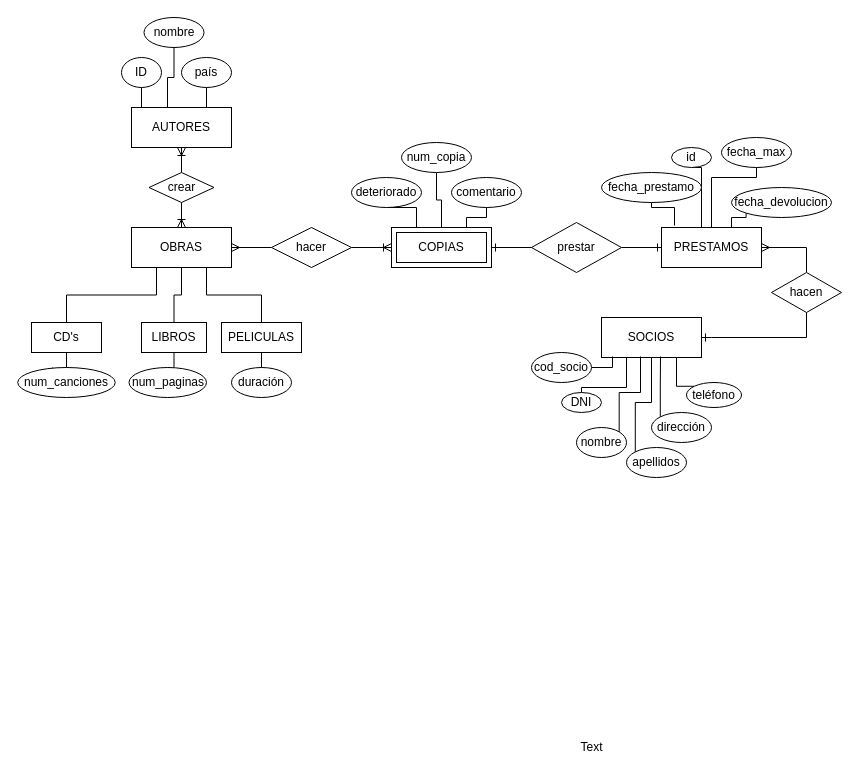
Above: Untitled Diagram.drawio in idominguez25/Curso_JavaAngular (draw.io), before the change. Source tidied: cells renumbered, new cells numbered last; positions are measured from the earlier drawing's top-left corner, leaving out a move shared by most shapes. Both pictures are drawn from the tidied source at 100%, with x=0, y=0 at pixel (17, 17).
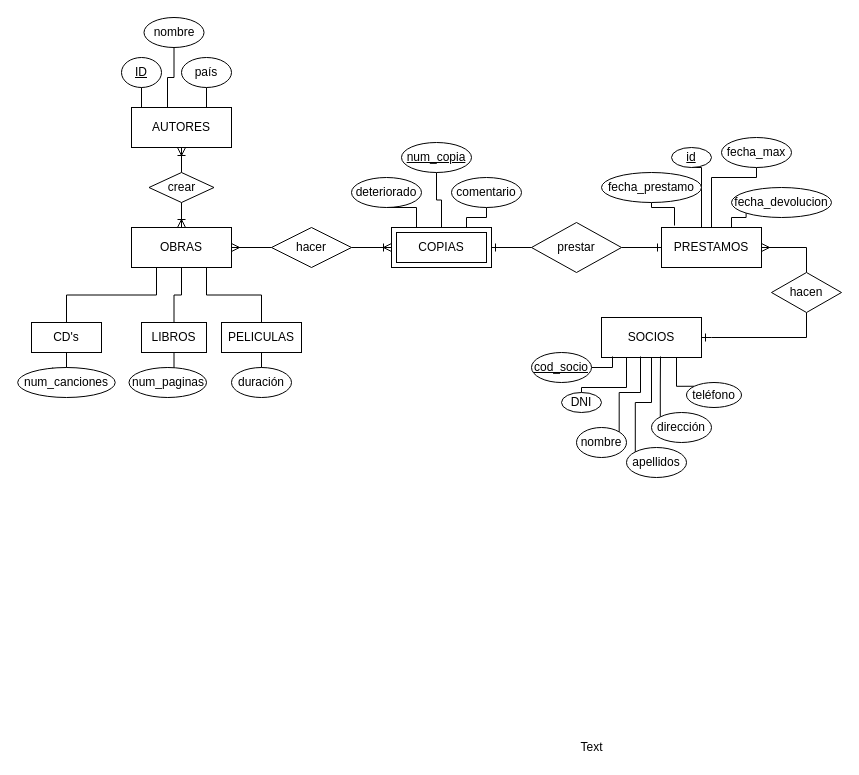
The same page after the edit.

What changed in the source:
```diff
@@
-    <mxCell id="36" value="ID" style="ellipse;whiteSpace=wrap;html=1;" parent="1" vertex="1">
+    <mxCell id="36" value="&lt;u&gt;ID&lt;/u&gt;" style="ellipse;whiteSpace=wrap;html=1;" parent="1" vertex="1">
       <mxGeometry x="104" y="40" width="40" height="30" as="geometry" />
     </mxCell>
@@
-    <mxCell id="44" value="num_copia" style="ellipse;whiteSpace=wrap;html=1;" parent="1" vertex="1">
+    <mxCell id="44" value="&lt;u&gt;num_copia&lt;/u&gt;" style="ellipse;whiteSpace=wrap;html=1;" parent="1" vertex="1">
       <mxGeometry x="384" y="125" width="70" height="30" as="geometry" />
     </mxCell>
@@
-    <mxCell id="47" value="id" style="ellipse;whiteSpace=wrap;html=1;" parent="1" vertex="1">
+    <mxCell id="47" value="&lt;u&gt;id&lt;/u&gt;" style="ellipse;whiteSpace=wrap;html=1;" parent="1" vertex="1">
       <mxGeometry x="654" y="130" width="40" height="20" as="geometry" />
     </mxCell>
@@
-    <mxCell id="53" value="cod_socio" style="ellipse;whiteSpace=wrap;html=1;" parent="1" vertex="1">
+    <mxCell id="53" value="&lt;u&gt;cod_socio&lt;/u&gt;" style="ellipse;whiteSpace=wrap;html=1;" parent="1" vertex="1">
       <mxGeometry x="514" y="335" width="60" height="30" as="geometry" />
     </mxCell>
```
